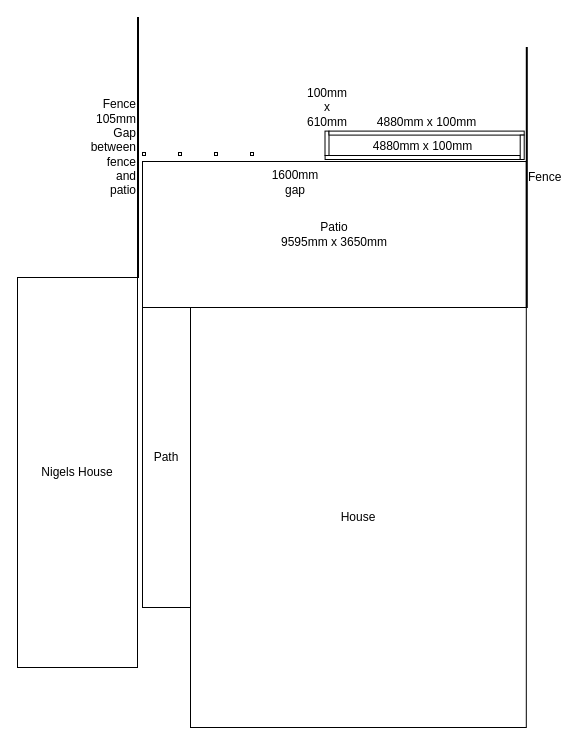
Before: Garden.drawio in bancey/diagrams, a draw.io diagram. Source tidied: cells renumbered, new cells numbered last; positions are measured from the earlier drawing's top-left corner, leaving out a move shared by most shapes. Both pictures are drawn from the tidied source at 100%, with x=0, y=0 at pixel (17, 17).
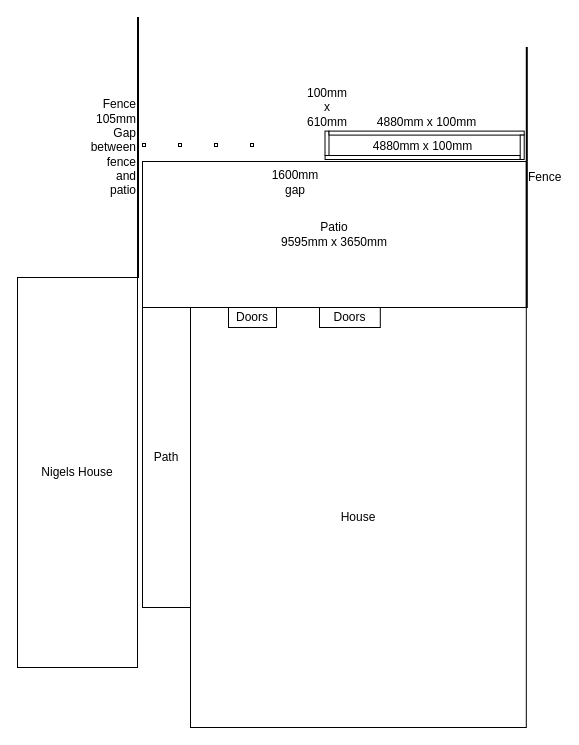
The same diagram, later.

Diff of the diagram source:
```diff
@@
 <mxGraphModel>
   <root>
     <mxCell id="0" />
     <mxCell id="1" parent="0" />
     <mxCell id="2" value="Patio&lt;div&gt;9595mm x 3650mm&lt;/div&gt;" style="rounded=0;whiteSpace=wrap;html=1;" parent="1" vertex="1">
       <mxGeometry x="125" y="144" width="383.8" height="146" as="geometry" />
     </mxCell>
     <mxCell id="3" value="House" style="rounded=0;whiteSpace=wrap;html=1;" parent="1" vertex="1">
       <mxGeometry x="173" y="290" width="335.8" height="420" as="geometry" />
     </mxCell>
     <mxCell id="4" value="Path" style="rounded=0;whiteSpace=wrap;html=1;" parent="1" vertex="1">
       <mxGeometry x="125" y="290" width="48" height="300" as="geometry" />
     </mxCell>
     <mxCell id="5" value="Fence" style="rounded=0;whiteSpace=wrap;html=1;align=left;" parent="1" vertex="1">
       <mxGeometry x="508.8" y="30" width="1" height="260" as="geometry" />
     </mxCell>
     <mxCell id="6" value="Fence&lt;div&gt;105mm Gap between fence and patio&lt;/div&gt;" style="rounded=0;whiteSpace=wrap;html=1;align=right;" parent="1" vertex="1">
       <mxGeometry x="120" width="1" height="260" as="geometry" />
     </mxCell>
     <mxCell id="7" value="Nigels House" style="rounded=0;whiteSpace=wrap;html=1;" parent="1" vertex="1">
       <mxGeometry y="260" width="120" height="390" as="geometry" />
     </mxCell>
     <mxCell id="8" value="4880mm x 100mm" style="rounded=0;whiteSpace=wrap;html=1;labelPosition=center;verticalLabelPosition=top;align=center;verticalAlign=bottom;" parent="1" vertex="1">
       <mxGeometry x="307.6" y="138" width="195.2" height="4" as="geometry" />
     </mxCell>
     <mxCell id="9" value="100mm x 610mm" style="rounded=0;whiteSpace=wrap;html=1;labelPosition=center;verticalLabelPosition=top;align=center;verticalAlign=bottom;" parent="1" vertex="1">
       <mxGeometry x="307.5" y="113.6" width="4" height="24.4" as="geometry" />
     </mxCell>
     <mxCell id="10" value="4880mm x 100mm" style="rounded=0;whiteSpace=wrap;html=1;labelPosition=center;verticalLabelPosition=top;align=center;verticalAlign=bottom;" parent="1" vertex="1">
       <mxGeometry x="311.5" y="113.6" width="195.2" height="4" as="geometry" />
     </mxCell>
     <mxCell id="11" value="&lt;div&gt;&lt;br&gt;&lt;/div&gt;&lt;div&gt;&lt;br&gt;&lt;/div&gt;" style="rounded=0;whiteSpace=wrap;html=1;labelPosition=center;verticalLabelPosition=top;align=center;verticalAlign=bottom;" parent="1" vertex="1">
       <mxGeometry x="502.7" y="117.6" width="4" height="24.4" as="geometry" />
     </mxCell>
     <mxCell id="12" style="rounded=0;whiteSpace=wrap;html=1;" parent="1" vertex="1">
-      <mxGeometry x="125" y="135" width="3" height="3" as="geometry" />
+      <mxGeometry x="125" y="126" width="3" height="3" as="geometry" />
     </mxCell>
     <mxCell id="13" style="rounded=0;whiteSpace=wrap;html=1;" parent="1" vertex="1">
-      <mxGeometry x="161" y="135" width="3" height="3" as="geometry" />
+      <mxGeometry x="161" y="126" width="3" height="3" as="geometry" />
     </mxCell>
     <mxCell id="14" style="rounded=0;whiteSpace=wrap;html=1;" parent="1" vertex="1">
-      <mxGeometry x="197" y="135" width="3" height="3" as="geometry" />
+      <mxGeometry x="197" y="126" width="3" height="3" as="geometry" />
     </mxCell>
     <mxCell id="15" style="rounded=0;whiteSpace=wrap;html=1;" parent="1" vertex="1">
-      <mxGeometry x="233" y="135" width="3" height="3" as="geometry" />
+      <mxGeometry x="233" y="126" width="3" height="3" as="geometry" />
     </mxCell>
     <mxCell id="16" value="1600mm gap" style="text;html=1;align=center;verticalAlign=middle;whiteSpace=wrap;rounded=0;" parent="1" vertex="1">
       <mxGeometry x="247.5" y="150" width="60" height="30" as="geometry" />
     </mxCell>
+    <mxCell id="17" value="Doors" style="rounded=0;whiteSpace=wrap;html=1;" parent="1" vertex="1">
+      <mxGeometry x="302" y="290" width="60.8" height="20" as="geometry" />
+    </mxCell>
+    <mxCell id="18" value="Doors" style="rounded=0;whiteSpace=wrap;html=1;" parent="1" vertex="1">
+      <mxGeometry x="211" y="290" width="48" height="20" as="geometry" />
+    </mxCell>
   </root>
 </mxGraphModel>
```
